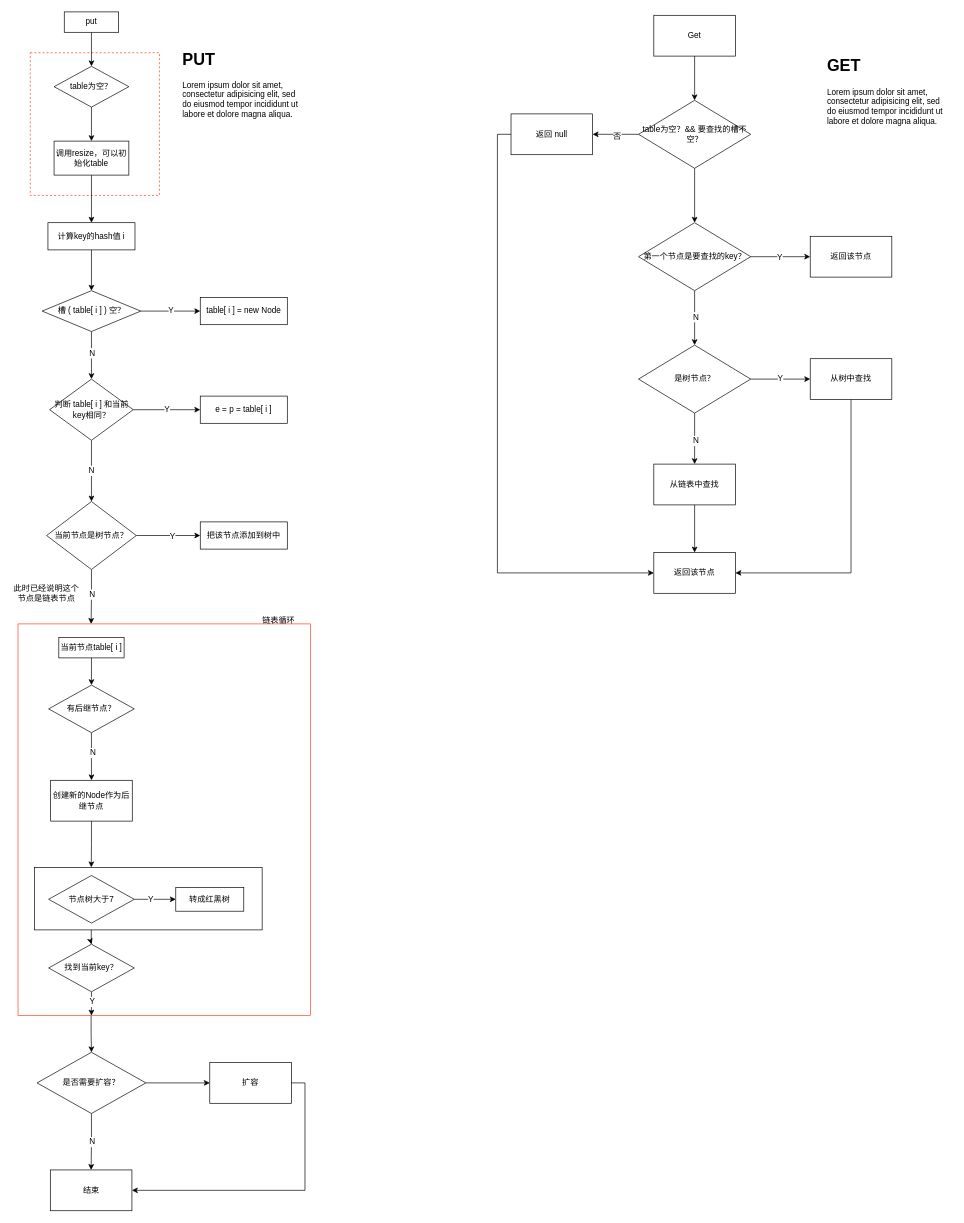
The draw.io diagram page "HashMap-put" (2 of 6) of fuckInJava.drawio in zhfk/drawo.io.mydiagrams, before the edit. Source tidied: cells renumbered, new cells numbered last; positions are measured from the earlier drawing's top-left corner, leaving out a move shared by most shapes. Both pictures are drawn from the tidied source at 68%, with x=0, y=0 at pixel (12, 12).
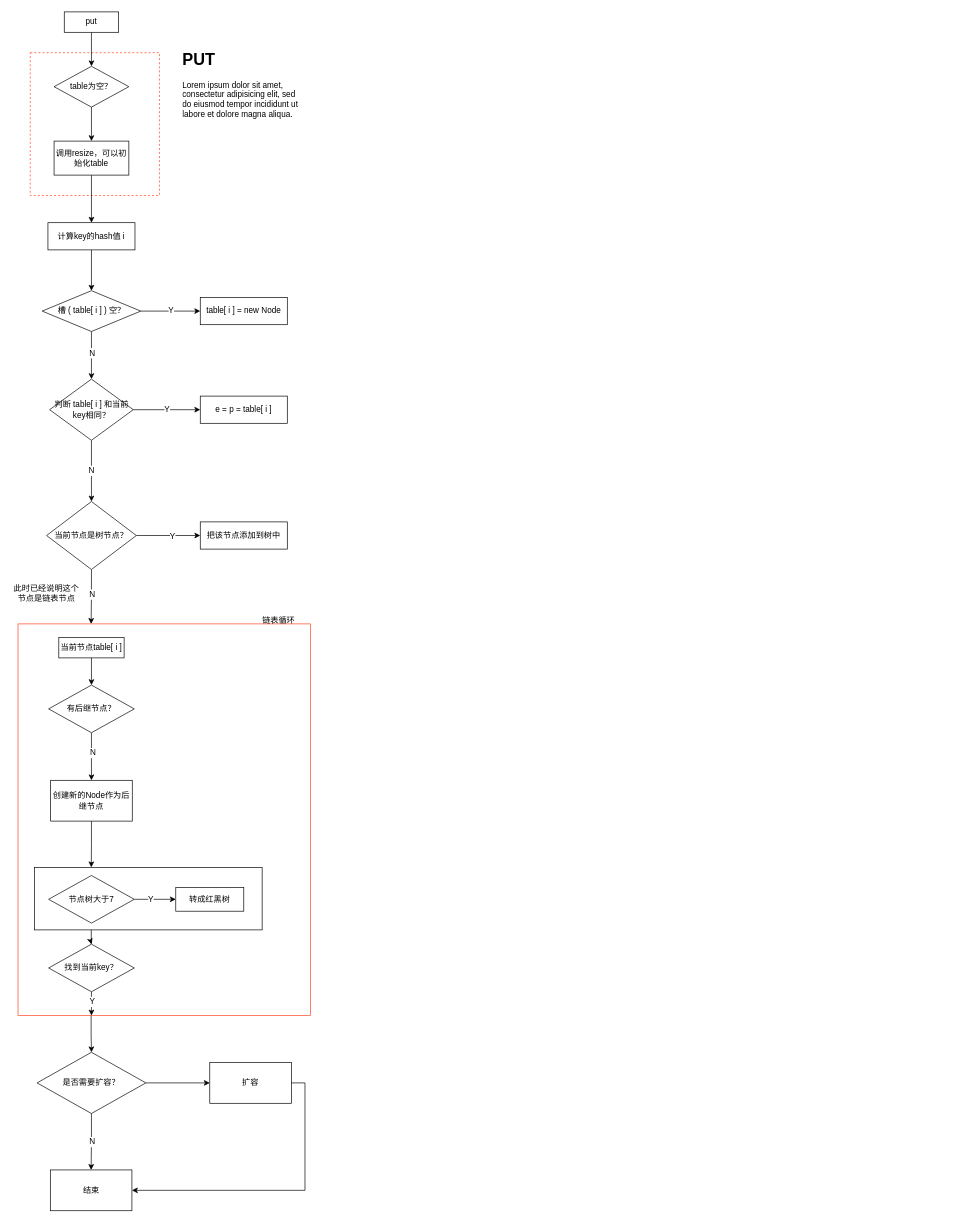
The same diagram, later.

What changed in the source:
```diff
@@
-    <mxCell id="54" style="edgeStyle=orthogonalEdgeStyle;rounded=0;jettySize=auto;html=1;entryX=0.5;entryY=0;entryDx=0;entryDy=0;" parent="1" edge="1" source="55" target="59">
-      <mxGeometry relative="1" as="geometry" />
-    </mxCell>
-    <mxCell id="55" value="Get" style="rounded=0;whiteSpace=wrap;html=1;strokeColor=#000000;fillColor=none;" parent="1" vertex="1">
-      <mxGeometry x="944" y="5" width="120" height="60" as="geometry" />
-    </mxCell>
-    <mxCell id="56" style="edgeStyle=orthogonalEdgeStyle;rounded=0;jettySize=auto;html=1;entryX=0;entryY=0.5;entryDx=0;entryDy=0;" parent="1" edge="1" source="59" target="71">
-      <mxGeometry relative="1" as="geometry" />
-    </mxCell>
-    <mxCell id="57" value="否" style="text;html=1;align=center;verticalAlign=middle;labelBackgroundColor=#ffffff;" parent="56" vertex="1">
-      <mxGeometry x="-0.05" y="3" relative="1" as="geometry" />
-    </mxCell>
-    <mxCell id="58" style="edgeStyle=orthogonalEdgeStyle;rounded=0;jettySize=auto;html=1;" parent="1" edge="1" source="59" target="64">
-      <mxGeometry relative="1" as="geometry" />
-    </mxCell>
-    <mxCell id="59" value="table为空？&amp;amp;&amp;amp; 要查找的槽不空？" style="rhombus;whiteSpace=wrap;html=1;" parent="1" vertex="1">
-      <mxGeometry x="921.5" y="130" width="165" height="100" as="geometry" />
-    </mxCell>
-    <mxCell id="60" style="edgeStyle=orthogonalEdgeStyle;rounded=0;jettySize=auto;html=1;entryX=0;entryY=0.5;entryDx=0;entryDy=0;" parent="1" edge="1" source="64" target="72">
-      <mxGeometry relative="1" as="geometry" />
-    </mxCell>
-    <mxCell id="61" value="Y" style="text;html=1;align=center;verticalAlign=middle;labelBackgroundColor=#ffffff;" parent="60" vertex="1">
-      <mxGeometry x="-0.07" relative="1" as="geometry">
-        <mxPoint x="1" as="offset" />
-      </mxGeometry>
-    </mxCell>
-    <mxCell id="62" style="edgeStyle=orthogonalEdgeStyle;rounded=0;jettySize=auto;html=1;" parent="1" edge="1" source="64" target="69">
-      <mxGeometry relative="1" as="geometry" />
-    </mxCell>
-    <mxCell id="63" value="N" style="text;html=1;align=center;verticalAlign=middle;labelBackgroundColor=#ffffff;" parent="62" vertex="1">
-      <mxGeometry x="-0.05" y="1" relative="1" as="geometry" />
-    </mxCell>
-    <mxCell id="64" value="第一个节点是要查找的key？" style="rhombus;whiteSpace=wrap;html=1;" parent="1" vertex="1">
-      <mxGeometry x="921.5" y="310" width="165" height="100" as="geometry" />
-    </mxCell>
-    <mxCell id="65" style="edgeStyle=orthogonalEdgeStyle;rounded=0;jettySize=auto;html=1;entryX=0;entryY=0.5;entryDx=0;entryDy=0;" parent="1" edge="1" source="69" target="74">
-      <mxGeometry relative="1" as="geometry" />
-    </mxCell>
-    <mxCell id="66" value="Y" style="text;html=1;align=center;verticalAlign=middle;labelBackgroundColor=#ffffff;" parent="65" vertex="1">
-      <mxGeometry x="-0.03" y="1" relative="1" as="geometry">
-        <mxPoint x="1" as="offset" />
-      </mxGeometry>
-    </mxCell>
-    <mxCell id="67" style="edgeStyle=orthogonalEdgeStyle;rounded=0;jettySize=auto;html=1;" parent="1" edge="1" source="69" target="76">
-      <mxGeometry relative="1" as="geometry" />
-    </mxCell>
-    <mxCell id="68" value="N" style="text;html=1;align=center;verticalAlign=middle;labelBackgroundColor=#ffffff;" parent="67" vertex="1">
-      <mxGeometry x="0.07" y="1" relative="1" as="geometry" />
-    </mxCell>
-    <mxCell id="69" value="是树节点？" style="rhombus;whiteSpace=wrap;html=1;" parent="1" vertex="1">
-      <mxGeometry x="921.5" y="490" width="165" height="100" as="geometry" />
-    </mxCell>
-    <mxCell id="70" style="edgeStyle=orthogonalEdgeStyle;rounded=0;jettySize=auto;html=1;exitX=1;exitY=0.5;exitDx=0;exitDy=0;entryX=0;entryY=0.5;entryDx=0;entryDy=0;" parent="1" edge="1" source="71" target="77">
-      <mxGeometry relative="1" as="geometry" />
-    </mxCell>
-    <mxCell id="71" value="返回 null" style="rounded=0;whiteSpace=wrap;html=1;strokeColor=#000000;fillColor=none;direction=west;" parent="1" vertex="1">
-      <mxGeometry x="734" y="150" width="120" height="60" as="geometry" />
-    </mxCell>
-    <mxCell id="72" value="返回该节点" style="rounded=0;whiteSpace=wrap;html=1;strokeColor=#000000;fillColor=none;" parent="1" vertex="1">
-      <mxGeometry x="1174" y="330" width="120" height="60" as="geometry" />
-    </mxCell>
-    <mxCell id="73" style="edgeStyle=orthogonalEdgeStyle;rounded=0;jettySize=auto;html=1;exitX=0.5;exitY=1;exitDx=0;exitDy=0;entryX=1;entryY=0.5;entryDx=0;entryDy=0;" parent="1" edge="1" source="74" target="77">
-      <mxGeometry relative="1" as="geometry" />
-    </mxCell>
-    <mxCell id="74" value="从树中查找" style="rounded=0;whiteSpace=wrap;html=1;strokeColor=#000000;fillColor=none;" parent="1" vertex="1">
-      <mxGeometry x="1174" y="510" width="120" height="60" as="geometry" />
-    </mxCell>
-    <mxCell id="75" style="edgeStyle=orthogonalEdgeStyle;rounded=0;jettySize=auto;html=1;" parent="1" edge="1" source="76" target="77">
-      <mxGeometry relative="1" as="geometry" />
-    </mxCell>
-    <mxCell id="76" value="从链表中查找" style="rounded=0;whiteSpace=wrap;html=1;strokeColor=#000000;fillColor=none;" parent="1" vertex="1">
-      <mxGeometry x="944" y="665" width="120" height="60" as="geometry" />
-    </mxCell>
-    <mxCell id="77" value="返回该节点" style="rounded=0;whiteSpace=wrap;html=1;strokeColor=#000000;fillColor=none;" parent="1" vertex="1">
-      <mxGeometry x="944" y="795" width="120" height="60" as="geometry" />
-    </mxCell>
-    <mxCell id="78" value="&lt;h1&gt;GET&lt;/h1&gt;&lt;p&gt;Lorem ipsum dolor sit amet, consectetur adipisicing elit, sed do eiusmod tempor incididunt ut labore et dolore magna aliqua.&lt;/p&gt;" style="text;html=1;strokeColor=none;fillColor=none;spacing=5;spacingTop=-20;whiteSpace=wrap;overflow=hidden;rounded=0;" parent="1" vertex="1">
-      <mxGeometry x="1194" y="60" width="190" height="120" as="geometry" />
-    </mxCell>
```
